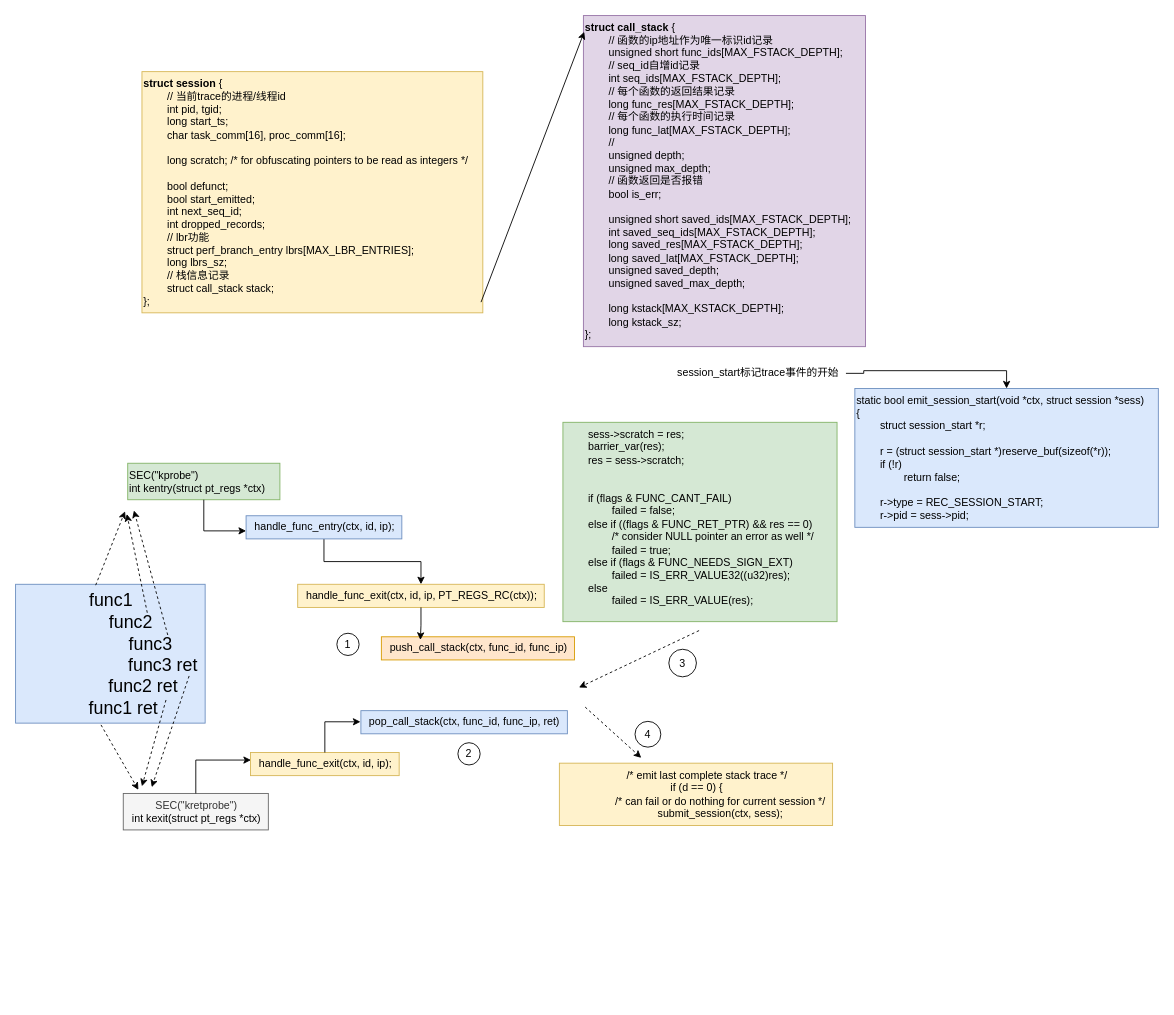
Before: page "retsnoop" (6 of 6) of kernel.drawio in chentao-kernel/drawio, a draw.io diagram. Source tidied: cells renumbered, new cells numbered last; positions are measured from the earlier drawing's top-left corner, leaving out a move shared by most shapes. Both pictures are drawn from the tidied source at 89%, with x=0, y=0 at pixel (15, 15).
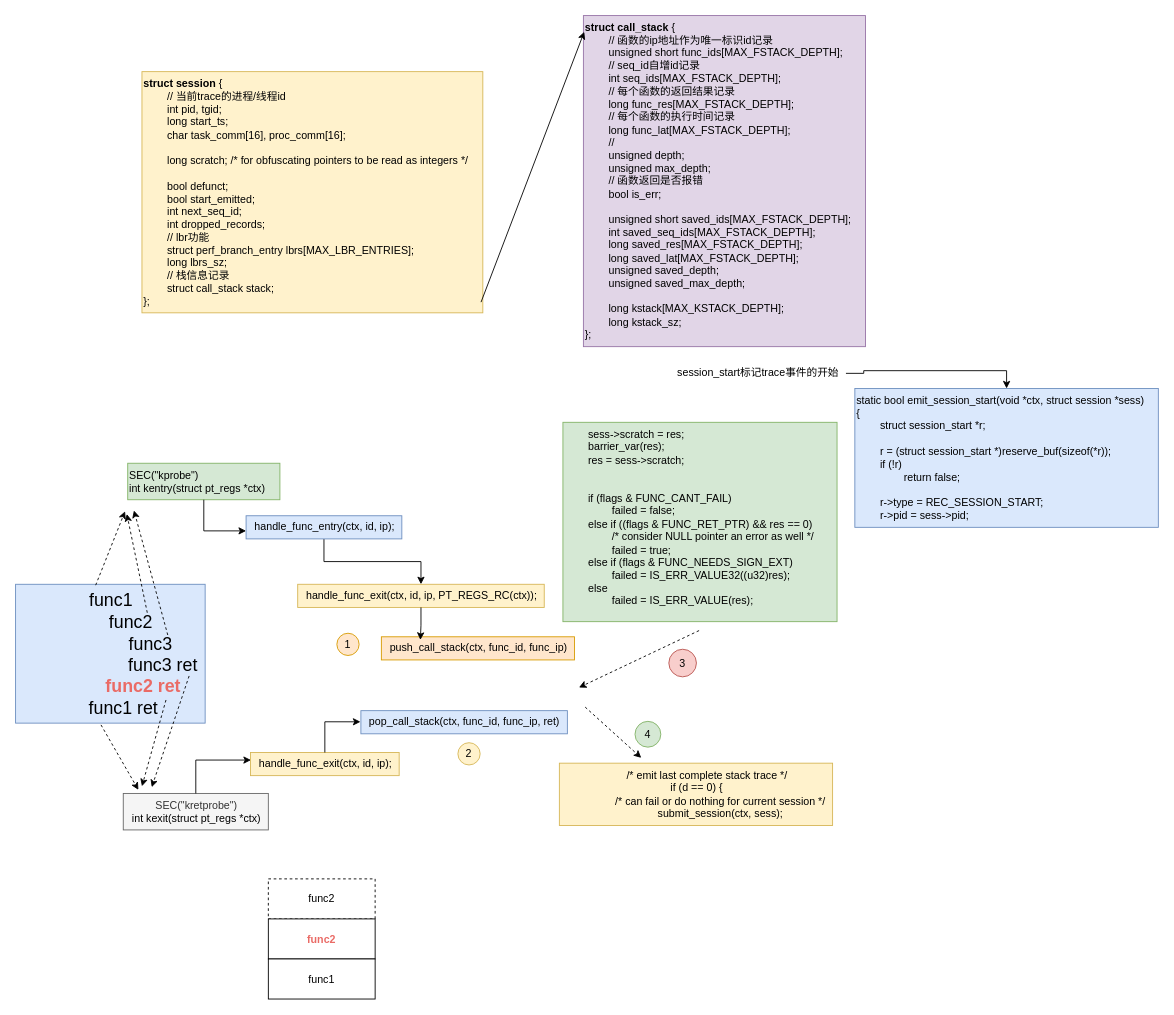
The same diagram, later.

Diff of the diagram source:
```diff
@@
-    <mxCell id="22" value="1" style="ellipse;whiteSpace=wrap;html=1;" parent="1" vertex="1">
+    <mxCell id="22" value="1" style="ellipse;whiteSpace=wrap;html=1;fillColor=#ffe6cc;strokeColor=#d79b00;" parent="1" vertex="1">
       <mxGeometry x="361" y="694" width="25" height="25" as="geometry" />
     </mxCell>
-    <mxCell id="23" value="2" style="ellipse;whiteSpace=wrap;html=1;" parent="1" vertex="1">
+    <mxCell id="23" value="2" style="ellipse;whiteSpace=wrap;html=1;fillColor=#fff2cc;strokeColor=#d6b656;" parent="1" vertex="1">
       <mxGeometry x="497" y="817" width="25" height="25" as="geometry" />
     </mxCell>
-    <mxCell id="24" value="3" style="ellipse;whiteSpace=wrap;html=1;" parent="1" vertex="1">
+    <mxCell id="24" value="3" style="ellipse;whiteSpace=wrap;html=1;fillColor=#f8cecc;strokeColor=#b85450;" parent="1" vertex="1">
       <mxGeometry x="734" y="712" width="31" height="31" as="geometry" />
     </mxCell>
@@
-    <mxCell id="27" value="4" style="ellipse;whiteSpace=wrap;html=1;" parent="1" vertex="1">
+    <mxCell id="27" value="4" style="ellipse;whiteSpace=wrap;html=1;fillColor=#d5e8d4;strokeColor=#82b366;" parent="1" vertex="1">
       <mxGeometry x="696" y="793" width="29" height="29" as="geometry" />
     </mxCell>
-    <mxCell id="28" value="&lt;font style=&quot;font-size: 20px;&quot;&gt;func1&lt;/font&gt;&lt;div style=&quot;font-size: 20px;&quot;&gt;&lt;font style=&quot;font-size: 20px;&quot;&gt;&lt;span style=&quot;white-space: pre;&quot;&gt;&#9;&lt;/span&gt;func2&lt;/font&gt;&lt;/div&gt;&lt;div style=&quot;font-size: 20px;&quot;&gt;&lt;font style=&quot;font-size: 20px;&quot;&gt;&lt;span style=&quot;white-space: pre;&quot;&gt;&#9;&lt;/span&gt;&lt;span style=&quot;white-space: pre;&quot;&gt;&#9;&lt;/span&gt;func3&lt;/font&gt;&lt;/div&gt;&lt;div style=&quot;font-size: 20px;&quot;&gt;&lt;font style=&quot;font-size: 20px;&quot;&gt;&lt;span style=&quot;white-space: pre;&quot;&gt;&#9;&lt;/span&gt;&amp;nbsp; &amp;nbsp; &amp;nbsp; &amp;nbsp; &amp;nbsp; &amp;nbsp; &amp;nbsp;func3 ret&lt;br&gt;&lt;/font&gt;&lt;/div&gt;&lt;div style=&quot;font-size: 20px;&quot;&gt;&lt;font style=&quot;font-size: 20px;&quot;&gt;&amp;nbsp; &amp;nbsp; &amp;nbsp; &amp;nbsp; &amp;nbsp; &amp;nbsp; &amp;nbsp;func2 ret&lt;/font&gt;&lt;/div&gt;&lt;div style=&quot;font-size: 20px;&quot;&gt;&lt;font style=&quot;font-size: 20px;&quot;&gt;&amp;nbsp; &amp;nbsp; &amp;nbsp;func1 ret&lt;/font&gt;&lt;/div&gt;" style="text;html=1;align=center;verticalAlign=middle;strokeColor=#6c8ebf;fillColor=#dae8fc;fontSize=18;" parent="1" vertex="1">
+    <mxCell id="28" value="&lt;font style=&quot;font-size: 20px;&quot;&gt;func1&lt;/font&gt;&lt;div style=&quot;font-size: 20px;&quot;&gt;&lt;font style=&quot;font-size: 20px;&quot;&gt;&lt;span style=&quot;white-space: pre;&quot;&gt;&#9;&lt;/span&gt;func2&lt;/font&gt;&lt;/div&gt;&lt;div style=&quot;font-size: 20px;&quot;&gt;&lt;font style=&quot;font-size: 20px;&quot;&gt;&lt;span style=&quot;white-space: pre;&quot;&gt;&#9;&lt;/span&gt;&lt;span style=&quot;white-space: pre;&quot;&gt;&#9;&lt;/span&gt;func3&lt;/font&gt;&lt;/div&gt;&lt;div style=&quot;font-size: 20px;&quot;&gt;&lt;font style=&quot;font-size: 20px;&quot;&gt;&lt;span style=&quot;white-space: pre;&quot;&gt;&#9;&lt;/span&gt;&amp;nbsp; &amp;nbsp; &amp;nbsp; &amp;nbsp; &amp;nbsp; &amp;nbsp; &amp;nbsp;func3 ret&lt;br&gt;&lt;/font&gt;&lt;/div&gt;&lt;div style=&quot;font-size: 20px;&quot;&gt;&lt;font style=&quot;font-size: 20px;&quot;&gt;&amp;nbsp; &amp;nbsp; &amp;nbsp; &amp;nbsp; &amp;nbsp; &amp;nbsp; &amp;nbsp;&lt;b&gt;&lt;font color=&quot;#ea6b66&quot;&gt;func2 ret&lt;/font&gt;&lt;/b&gt;&lt;/font&gt;&lt;/div&gt;&lt;div style=&quot;font-size: 20px;&quot;&gt;&lt;font style=&quot;font-size: 20px;&quot;&gt;&amp;nbsp; &amp;nbsp; &amp;nbsp;func1 ret&lt;/font&gt;&lt;/div&gt;" style="text;html=1;align=center;verticalAlign=middle;strokeColor=#6c8ebf;fillColor=#dae8fc;fontSize=18;" parent="1" vertex="1">
       <mxGeometry y="639" width="213" height="156" as="geometry" />
     </mxCell>
@@
+    <mxCell id="35" value="func2" style="rounded=0;whiteSpace=wrap;html=1;dashed=1;" parent="1" vertex="1">
+      <mxGeometry x="284" y="970" width="120" height="45" as="geometry" />
+    </mxCell>
+    <mxCell id="36" value="&lt;b&gt;&lt;font color=&quot;#ea6b66&quot;&gt;func2&lt;/font&gt;&lt;/b&gt;" style="rounded=0;whiteSpace=wrap;html=1;strokeColor=default;" parent="1" vertex="1">
+      <mxGeometry x="284" y="1015" width="120" height="45" as="geometry" />
+    </mxCell>
+    <mxCell id="37" value="func1" style="rounded=0;whiteSpace=wrap;html=1;" parent="1" vertex="1">
+      <mxGeometry x="284" y="1060" width="120" height="45" as="geometry" />
+    </mxCell>
```
